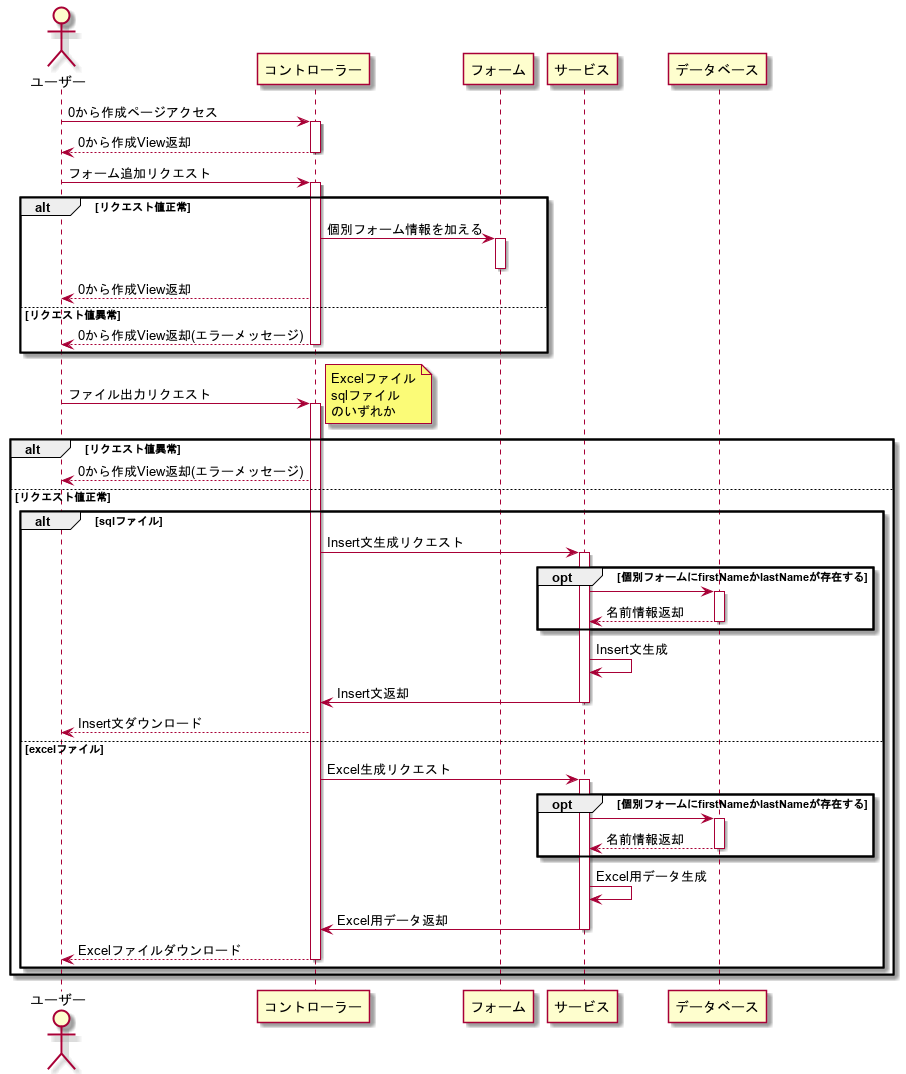
This is uml_img/sequence2.png from yasusi-1234/create_db_file, a PlantUML export, as it was before one commit.
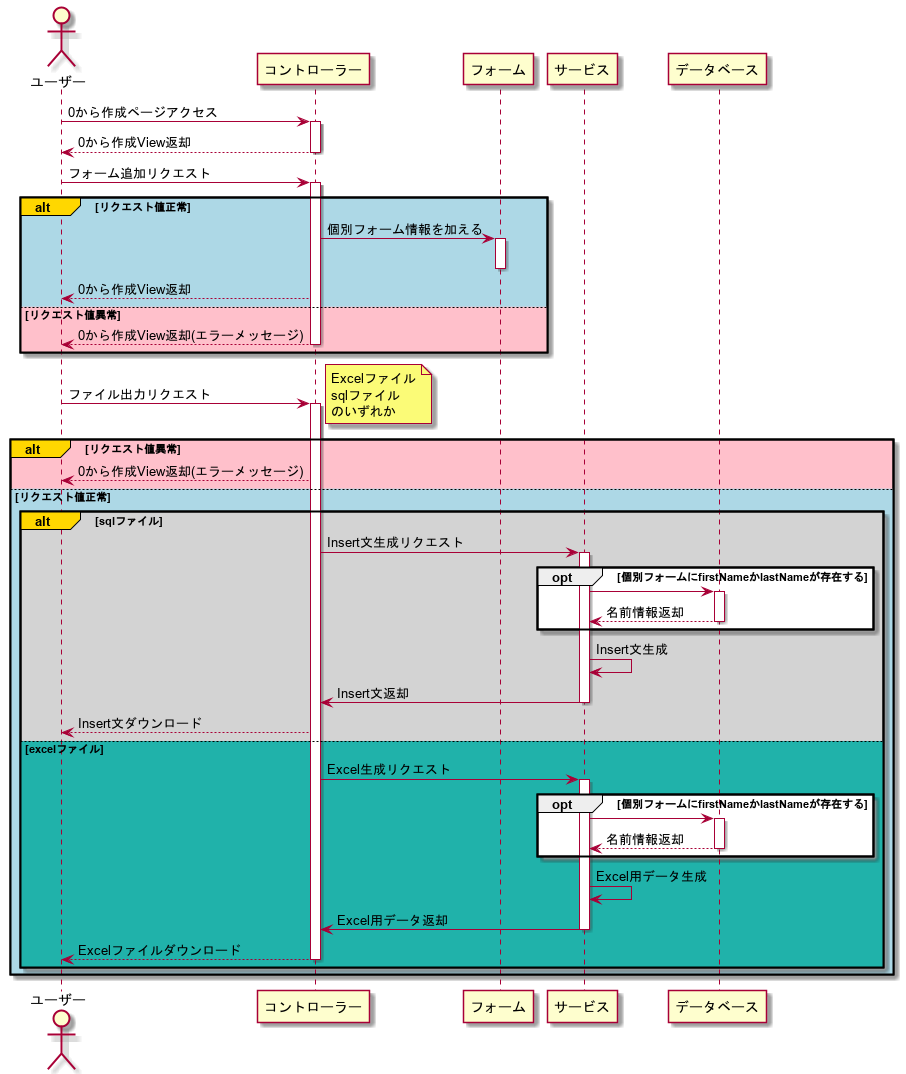
Later version of the same file.

Commit message:
シーケンス図の微調整

Diff of the diagram source:
```diff
@@ -7,19 +7,19 @@
 deactivate コントローラー
 
 ユーザー -> コントローラー:フォーム追加リクエスト
-alt リクエスト値正常
+alt#Gold #LightBlue リクエスト値正常
     activate コントローラー
     コントローラー -> フォーム: 個別フォーム情報を加える
     activate フォーム
     deactivate フォーム
     コントローラー --> ユーザー: 0から作成View返却
-else リクエスト値異常
+else #Pink リクエスト値異常
     コントローラー --> ユーザー: 0から作成View返却(エラーメッセージ)
     deactivate コントローラー
 end
 
 ユーザー -> コントローラー: ファイル出力リクエスト
-alt リクエスト値異常
+alt#Gold #Pink リクエスト値異常
     activate コントローラー
     note right
         Excelファイル
@@ -27,8 +27,8 @@
         のいずれか
     end note
     コントローラー --> ユーザー: 0から作成View返却(エラーメッセージ)
-else リクエスト値正常
-    alt sqlファイル
+else #LightBlue リクエスト値正常
+    alt#Gold #LightGray sqlファイル
         コントローラー -> サービス: Insert文生成リクエスト
         activate サービス
         opt 個別フォームにfirstNameかlastNameが存在する
@@ -41,7 +41,7 @@
         サービス -> コントローラー: Insert文返却
         deactivate サービス
         コントローラー --> ユーザー: Insert文ダウンロード
-    else excelファイル
+    else #LightSeaGreen excelファイル
         コントローラー -> サービス: Excel生成リクエスト
         activate サービス
         opt 個別フォームにfirstNameかlastNameが存在する
```
